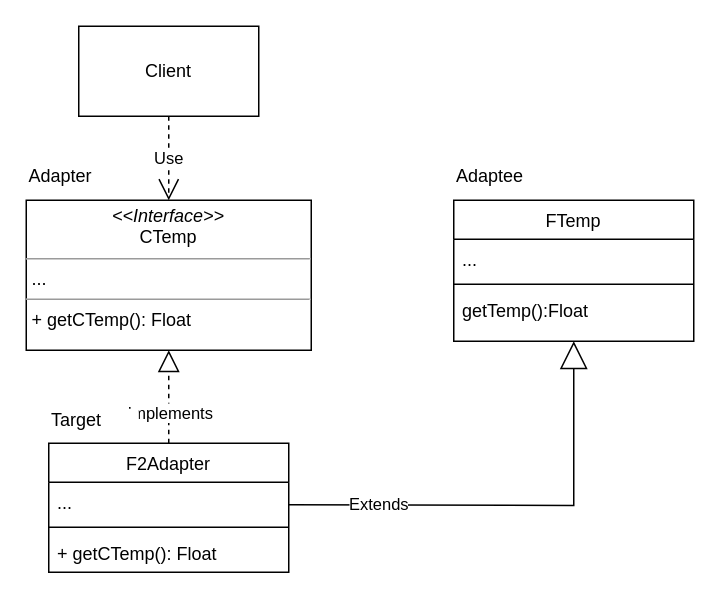
Above: page "适配器模式-类适配器" (1 of 3) of stdlib/doc/img/DP.drawio in Hynsn/NdkTab (draw.io), before the change. Source tidied: cells renumbered, new cells numbered last; positions are measured from the earlier drawing's top-left corner, leaving out a move shared by most shapes. Both pictures are drawn from the tidied source at 150%, with x=0, y=0 at pixel (26, 26).
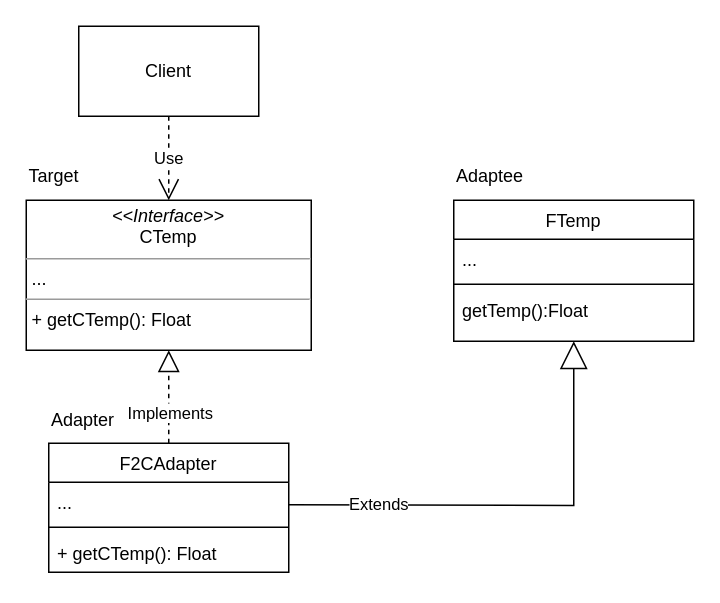
The same page after the edit.

Commit message (it also covers changes not shown here):
replace Adapter img

Diff of the diagram source:
```diff
@@
 <mxGraphModel>
   <root>
     <mxCell id="0" />
     <mxCell id="1" parent="0" />
     <mxCell id="2" value="FTemp" style="swimlane;fontStyle=0;align=center;verticalAlign=top;horizontal=1;startSize=26;rounded=0;shadow=0;strokeWidth=1;" parent="1" vertex="1">
       <mxGeometry x="285" y="116" width="160" height="94" as="geometry" />
     </mxCell>
     <mxCell id="3" value="..." style="text;align=left;verticalAlign=top;spacingLeft=4;spacingRight=4;overflow=hidden;rounded=0;shadow=0;html=0;" parent="2" vertex="1">
       <mxGeometry y="26" width="160" height="26" as="geometry" />
     </mxCell>
     <mxCell id="4" style="line;html=1;strokeWidth=1;align=left;verticalAlign=middle;spacingTop=-1;spacingLeft=3;spacingRight=3;labelPosition=right;" parent="2" vertex="1">
       <mxGeometry y="52" width="160" height="8" as="geometry" />
     </mxCell>
     <mxCell id="5" value="getTemp():Float" style="text;align=left;verticalAlign=top;spacingLeft=4;spacingRight=4;overflow=hidden;" parent="2" vertex="1">
       <mxGeometry y="60" width="160" height="26" as="geometry" />
     </mxCell>
     <mxCell id="6" value="Client" style="rounded=0;whiteSpace=wrap;html=1;" parent="1" vertex="1">
       <mxGeometry x="35" width="120" height="60" as="geometry" />
     </mxCell>
     <mxCell id="7" value="Use" style="endArrow=open;endSize=12;dashed=1;html=1;rounded=0;exitX=0.5;exitY=1;exitDx=0;exitDy=0;entryX=0.5;entryY=0;entryDx=0;entryDy=0;" parent="1" edge="1" source="6" target="8">
       <mxGeometry relative="1" as="geometry" />
     </mxCell>
     <mxCell id="8" value="&lt;p style=&quot;margin:0px;margin-top:4px;text-align:center;&quot;&gt;&lt;i&gt;&amp;lt;&amp;lt;Interface&amp;gt;&amp;gt;&lt;/i&gt;&lt;br&gt;CTemp&lt;/p&gt;&lt;hr size=&quot;1&quot;&gt;&lt;p style=&quot;margin:0px;margin-left:4px;&quot;&gt;...&lt;/p&gt;&lt;hr size=&quot;1&quot;&gt;&lt;p style=&quot;margin:0px;margin-left:4px;&quot;&gt;+ getCTemp(): Float&lt;br&gt;&lt;/p&gt;" style="verticalAlign=top;align=left;overflow=fill;fontSize=12;fontFamily=Helvetica;html=1;" parent="1" vertex="1">
       <mxGeometry y="116" width="190" height="100" as="geometry" />
     </mxCell>
     <mxCell id="9" value="Extends" style="endArrow=block;endSize=16;endFill=0;html=1;rounded=0;entryX=0.5;entryY=1;entryDx=0;entryDy=0;exitX=1;exitY=0.5;exitDx=0;exitDy=0;strokeColor=default;edgeStyle=orthogonalEdgeStyle;" parent="1" edge="1" target="2">
       <mxGeometry x="-0.6" relative="1" as="geometry">
         <mxPoint x="175" y="319" as="sourcePoint" />
       </mxGeometry>
     </mxCell>
-    <mxCell id="10" value="F2Adapter" style="swimlane;fontStyle=0;align=center;verticalAlign=top;horizontal=1;startSize=26;" parent="1" vertex="1">
+    <mxCell id="10" value="F2CAdapter" style="swimlane;fontStyle=0;align=center;verticalAlign=top;horizontal=1;startSize=26;" parent="1" vertex="1">
       <mxGeometry x="15" y="278" width="160" height="86" as="geometry" />
     </mxCell>
     <mxCell id="11" value="..." style="text;strokeColor=none;fillColor=none;align=left;verticalAlign=top;spacingLeft=4;spacingRight=4;overflow=hidden;" parent="10" vertex="1">
       <mxGeometry y="26" width="160" height="26" as="geometry" />
     </mxCell>
     <mxCell id="12" style="line;strokeWidth=1;fillColor=none;align=left;verticalAlign=middle;spacingTop=-1;spacingLeft=3;spacingRight=3;labelPosition=right;strokeColor=inherit;" parent="10" vertex="1">
       <mxGeometry y="52" width="160" height="8" as="geometry" />
     </mxCell>
     <mxCell id="13" value="+ getCTemp(): Float" style="text;strokeColor=none;fillColor=none;align=left;verticalAlign=top;spacingLeft=4;spacingRight=4;overflow=hidden;" parent="10" vertex="1">
       <mxGeometry y="60" width="160" height="26" as="geometry" />
     </mxCell>
     <mxCell id="14" style="endArrow=block;dashed=1;endFill=0;endSize=12;html=1;rounded=0;strokeColor=default;entryX=0.5;entryY=1;entryDx=0;entryDy=0;exitX=0.5;exitY=0;exitDx=0;exitDy=0;edgeStyle=orthogonalEdgeStyle;" parent="1" edge="1" source="10" target="8">
       <mxGeometry relative="1" as="geometry" />
     </mxCell>
     <mxCell id="15" value="Implements" style="edgeLabel;html=1;align=center;verticalAlign=middle;" parent="14" vertex="1">
       <mxGeometry x="-0.33" relative="1" as="geometry" />
     </mxCell>
-    <mxCell id="16" value="Target" style="rounded=0;whiteSpace=wrap;html=1;strokeColor=none;align=left;" parent="1" vertex="1">
-      <mxGeometry x="15" y="255" width="60" height="15" as="geometry" />
+    <mxCell id="16" value="Adapter" style="rounded=0;whiteSpace=wrap;html=1;strokeColor=none;align=left;" parent="1" vertex="1">
+      <mxGeometry x="15" y="255" width="40" height="15" as="geometry" />
     </mxCell>
-    <mxCell id="17" value="Adapter" style="rounded=0;whiteSpace=wrap;html=1;strokeColor=none;align=left;" parent="1" vertex="1">
+    <mxCell id="17" value="Target" style="rounded=0;whiteSpace=wrap;html=1;strokeColor=none;align=left;" parent="1" vertex="1">
       <mxGeometry y="92" width="80" height="15" as="geometry" />
     </mxCell>
     <mxCell id="18" value="Adaptee" style="rounded=0;whiteSpace=wrap;html=1;strokeColor=none;align=left;" parent="1" vertex="1">
       <mxGeometry x="285" y="90" width="120" height="19" as="geometry" />
     </mxCell>
   </root>
 </mxGraphModel>
```
